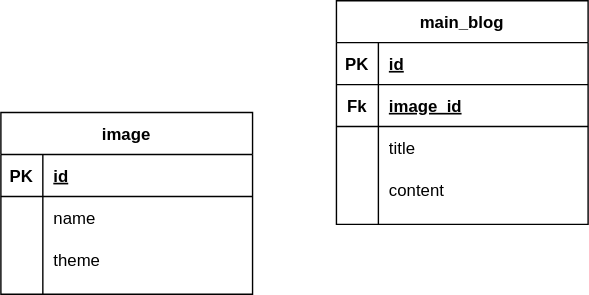
Before: database.svg, a diagram exported from draw.io (Roman-cpp/site_branko). Source tidied: cells renumbered, new cells last; positions are measured from the earlier drawing's top-left corner, leaving out a move shared by most shapes.
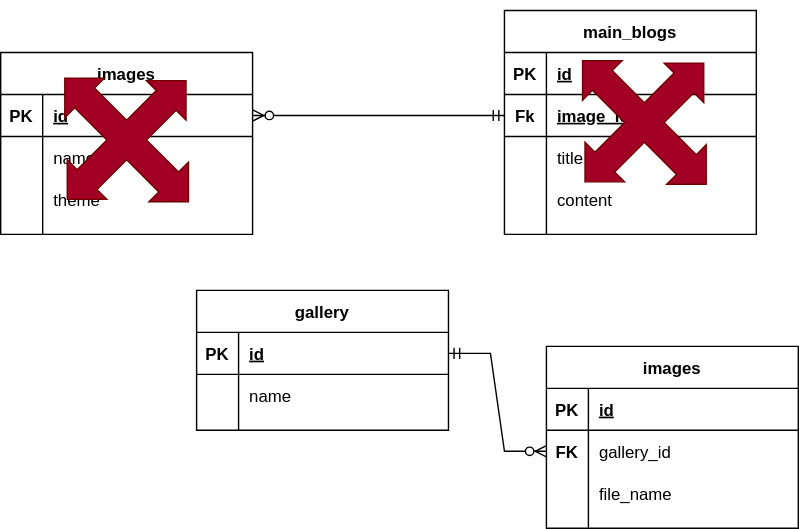
After the commit.

Change to the diagram source:
```diff
@@ -2,8 +2,8 @@
   <root>
     <mxCell id="0" />
     <mxCell id="1" parent="0" />
-    <mxCell id="2" value="image" style="shape=table;startSize=30;rowLines=0;fontStyle=1;align=center;" parent="1" vertex="1">
-      <mxGeometry y="80" width="180" height="130" as="geometry" />
+    <mxCell id="2" value="images" style="shape=table;startSize=30;rowLines=0;fontStyle=1;align=center;" parent="1" vertex="1">
+      <mxGeometry x="130" y="-210" width="180" height="130" as="geometry" />
     </mxCell>
     <mxCell id="3" style="shape=partialRectangle;fillColor=none;top=0;left=0;bottom=1;right=0;points=[[0,0.5],[1,0.5]];portConstraint=eastwest;" parent="2" vertex="1">
       <mxGeometry y="30" width="180" height="30" as="geometry" />
@@ -32,8 +32,8 @@
     <mxCell id="11" value="theme" style="shape=partialRectangle;fillColor=none;top=0;left=0;bottom=0;right=0;align=left;spacingLeft=6;overflow=hidden;" parent="9" vertex="1">
       <mxGeometry x="30" width="150" height="30" as="geometry" />
     </mxCell>
-    <mxCell id="12" value="main_blog" style="shape=table;startSize=30;rowLines=0;fontStyle=1;align=center;" parent="1" vertex="1">
-      <mxGeometry x="240" width="180" height="160" as="geometry" />
+    <mxCell id="12" value="main_blogs" style="shape=table;startSize=30;rowLines=0;fontStyle=1;align=center;" parent="1" vertex="1">
+      <mxGeometry x="490" y="-240" width="180" height="160" as="geometry" />
     </mxCell>
     <mxCell id="13" style="shape=partialRectangle;fillColor=none;top=0;left=0;bottom=1;right=0;" parent="12" vertex="1">
       <mxGeometry y="30" width="180" height="30" as="geometry" />
@@ -71,5 +71,68 @@
     <mxCell id="24" value="content" style="shape=partialRectangle;fillColor=none;top=0;left=0;bottom=0;right=0;align=left;spacingLeft=6;overflow=hidden;" parent="22" vertex="1">
       <mxGeometry x="30" width="150" height="30" as="geometry" />
     </mxCell>
+    <mxCell id="25" style="edgeStyle=entityRelationEdgeStyle;fontSize=12;html=1;endArrow=ERzeroToMany;startArrow=ERmandOne;rounded=0;entryX=1;entryY=0.5;entryDx=0;entryDy=0;exitX=0;exitY=0.5;exitDx=0;exitDy=0;" parent="1" edge="1" source="16" target="3">
+      <mxGeometry relative="1" as="geometry" />
+    </mxCell>
+    <mxCell id="26" style="html=1;shadow=0;dashed=0;align=center;verticalAlign=middle;shape=mxgraph.arrows2.quadArrow;dy=10;dx=20;notch=24;arrowHead=10;rotation=-45;fillColor=#a20025;fontColor=#ffffff;strokeColor=#6F0000;" parent="1" vertex="1">
+      <mxGeometry x="160" y="-210" width="120" height="125" as="geometry" />
+    </mxCell>
+    <mxCell id="27" value="gallery" style="shape=table;startSize=30;rowLines=0;fontStyle=1;align=center;" parent="1" vertex="1">
+      <mxGeometry x="270" y="-40" width="180" height="100" as="geometry" />
+    </mxCell>
+    <mxCell id="28" style="shape=partialRectangle;fillColor=none;top=0;left=0;bottom=1;right=0;points=[[0,0.5],[1,0.5]];portConstraint=eastwest;" parent="27" vertex="1">
+      <mxGeometry y="30" width="180" height="30" as="geometry" />
+    </mxCell>
+    <mxCell id="29" value="PK" style="shape=partialRectangle;fillColor=none;top=0;left=0;bottom=0;right=0;fontStyle=1;overflow=hidden;" parent="28" vertex="1">
+      <mxGeometry width="30" height="30" as="geometry" />
+    </mxCell>
+    <mxCell id="30" value="id" style="shape=partialRectangle;fillColor=none;top=0;left=0;bottom=0;right=0;align=left;spacingLeft=6;fontStyle=5;overflow=hidden;" parent="28" vertex="1">
+      <mxGeometry x="30" width="150" height="30" as="geometry" />
+    </mxCell>
+    <mxCell id="31" style="shape=partialRectangle;fillColor=none;top=0;left=0;bottom=0;right=0;" parent="27" vertex="1">
+      <mxGeometry y="60" width="180" height="30" as="geometry" />
+    </mxCell>
+    <mxCell id="32" style="shape=partialRectangle;fillColor=none;top=0;left=0;bottom=0;right=0;overflow=hidden;" parent="31" vertex="1">
+      <mxGeometry width="30" height="30" as="geometry" />
+    </mxCell>
+    <mxCell id="33" value="name" style="shape=partialRectangle;fillColor=none;top=0;left=0;bottom=0;right=0;align=left;spacingLeft=6;overflow=hidden;" parent="31" vertex="1">
+      <mxGeometry x="30" width="150" height="30" as="geometry" />
+    </mxCell>
+    <mxCell id="34" value="images" style="shape=table;startSize=30;rowLines=0;fontStyle=1;align=center;" parent="1" vertex="1">
+      <mxGeometry x="520" width="180" height="130" as="geometry" />
+    </mxCell>
+    <mxCell id="35" style="shape=partialRectangle;fillColor=none;top=0;left=0;bottom=1;right=0;" parent="34" vertex="1">
+      <mxGeometry y="30" width="180" height="30" as="geometry" />
+    </mxCell>
+    <mxCell id="36" value="PK" style="shape=partialRectangle;fillColor=none;top=0;left=0;bottom=0;right=0;fontStyle=1;overflow=hidden;" parent="35" vertex="1">
+      <mxGeometry width="30" height="30" as="geometry" />
+    </mxCell>
+    <mxCell id="37" value="id" style="shape=partialRectangle;fillColor=none;top=0;left=0;bottom=0;right=0;align=left;spacingLeft=6;fontStyle=5;overflow=hidden;" parent="35" vertex="1">
+      <mxGeometry x="30" width="150" height="30" as="geometry" />
+    </mxCell>
+    <mxCell id="38" style="shape=partialRectangle;fillColor=none;top=0;left=0;bottom=0;right=0;points=[[0,0.5],[1,0.5]];portConstraint=eastwest;" parent="34" vertex="1">
+      <mxGeometry y="60" width="180" height="30" as="geometry" />
+    </mxCell>
+    <mxCell id="39" value="FK" style="shape=partialRectangle;fillColor=none;top=0;left=0;bottom=0;right=0;overflow=hidden;fontStyle=1;" parent="38" vertex="1">
+      <mxGeometry width="30" height="30" as="geometry" />
+    </mxCell>
+    <mxCell id="40" value="gallery_id" style="shape=partialRectangle;fillColor=none;top=0;left=0;bottom=0;right=0;align=left;spacingLeft=6;overflow=hidden;" parent="38" vertex="1">
+      <mxGeometry x="30" width="150" height="30" as="geometry" />
+    </mxCell>
+    <mxCell id="41" style="shape=partialRectangle;fillColor=none;top=0;left=0;bottom=0;right=0;" parent="34" vertex="1">
+      <mxGeometry y="90" width="180" height="30" as="geometry" />
+    </mxCell>
+    <mxCell id="42" style="shape=partialRectangle;fillColor=none;top=0;left=0;bottom=0;right=0;overflow=hidden;" parent="41" vertex="1">
+      <mxGeometry width="30" height="30" as="geometry" />
+    </mxCell>
+    <mxCell id="43" value="file_name" style="shape=partialRectangle;fillColor=none;top=0;left=0;bottom=0;right=0;align=left;spacingLeft=6;overflow=hidden;" parent="41" vertex="1">
+      <mxGeometry x="30" width="150" height="30" as="geometry" />
+    </mxCell>
+    <mxCell id="44" style="edgeStyle=entityRelationEdgeStyle;fontSize=12;html=1;endArrow=ERzeroToMany;startArrow=ERmandOne;rounded=0;entryX=0;entryY=0.5;entryDx=0;entryDy=0;" parent="1" edge="1" source="28" target="38">
+      <mxGeometry relative="1" as="geometry" />
+    </mxCell>
+    <mxCell id="45" style="html=1;shadow=0;dashed=0;align=center;verticalAlign=middle;shape=mxgraph.arrows2.quadArrow;dy=10;dx=20;notch=24;arrowHead=10;rotation=-45;fillColor=#a20025;fontColor=#ffffff;strokeColor=#6F0000;" parent="1" vertex="1">
+      <mxGeometry x="530" y="-222.5" width="120" height="125" as="geometry" />
+    </mxCell>
   </root>
 </mxGraphModel>
```
